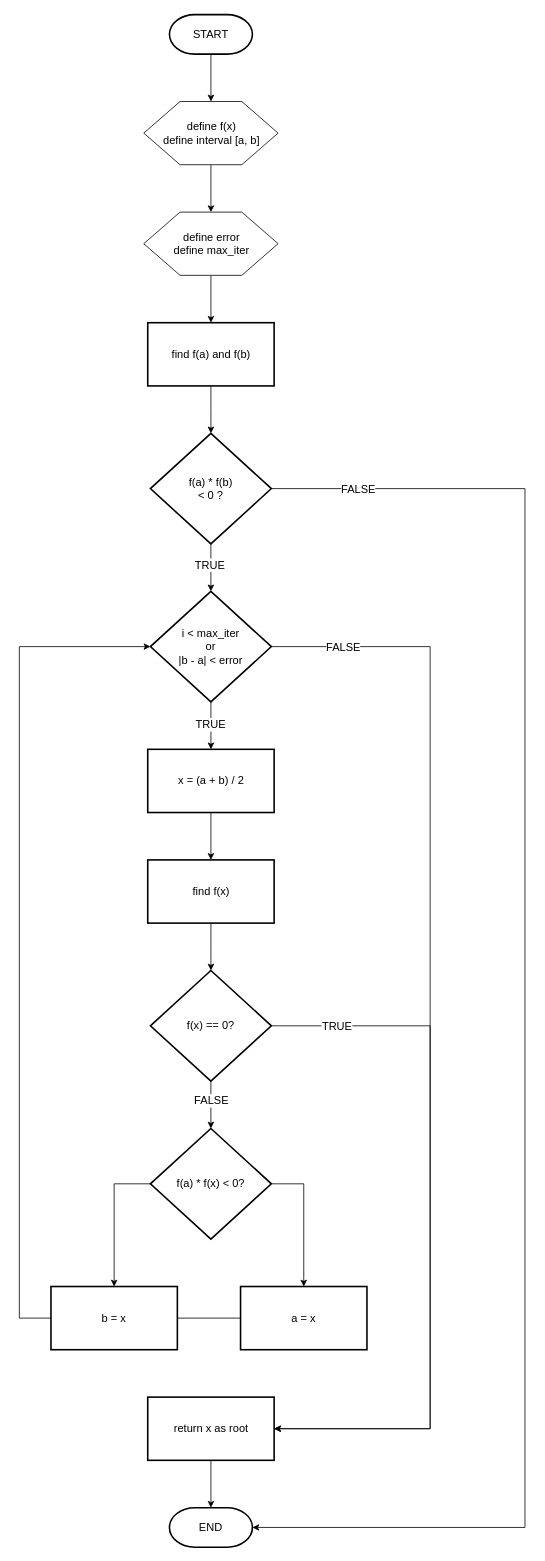
Before: bisection/bisection.drawio in HarisHerdiansyah/computational-math, a draw.io diagram. Source tidied: cells renumbered, new cells numbered last; positions are measured from the earlier drawing's top-left corner, leaving out a move shared by most shapes. Both pictures are drawn from the tidied source at 79%, with x=0, y=0 at pixel (19, 14).
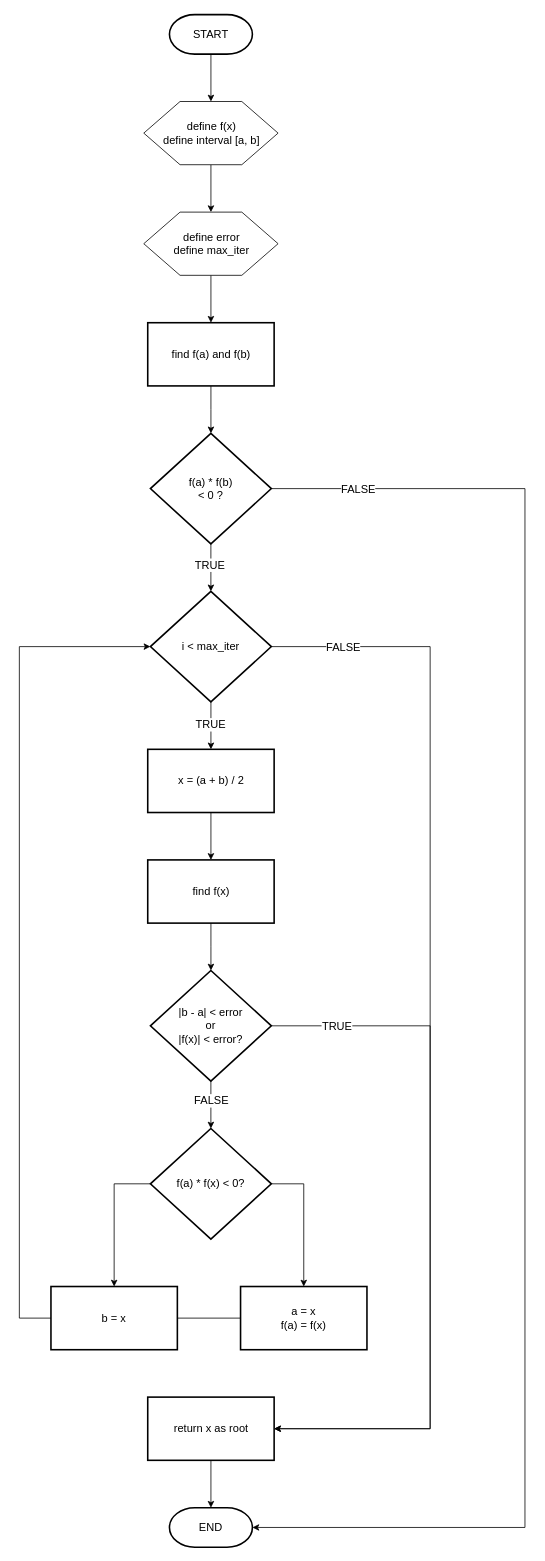
After the change.

Diff of the diagram source:
```diff
@@
-    <mxCell id="21" value="i &amp;lt; max_iter&lt;div&gt;or&lt;/div&gt;&lt;div&gt;|b - a| &amp;lt; error&lt;/div&gt;" style="strokeWidth=2;html=1;shape=mxgraph.flowchart.decision;whiteSpace=wrap;fontSize=14;" parent="1" vertex="1">
+    <mxCell id="21" value="i &amp;lt; max_iter" style="strokeWidth=2;html=1;shape=mxgraph.flowchart.decision;whiteSpace=wrap;fontSize=14;" parent="1" vertex="1">
       <mxGeometry x="165.9" y="730" width="153.1" height="140" as="geometry" />
     </mxCell>
@@
-    <mxCell id="26" value="f(x) == 0?" style="strokeWidth=2;html=1;shape=mxgraph.flowchart.decision;whiteSpace=wrap;fontSize=14;" parent="1" vertex="1">
+    <mxCell id="26" value="|b - a| &amp;lt; error&lt;div&gt;or&lt;/div&gt;&lt;div&gt;|f(x)| &amp;lt; error?&lt;/div&gt;" style="strokeWidth=2;html=1;shape=mxgraph.flowchart.decision;whiteSpace=wrap;fontSize=14;" parent="1" vertex="1">
       <mxGeometry x="165.9" y="1210" width="153.1" height="140" as="geometry" />
     </mxCell>
@@
-    <mxCell id="32" value="a = x" style="rounded=1;whiteSpace=wrap;html=1;absoluteArcSize=1;arcSize=0;strokeWidth=2;fontSize=14;" parent="1" vertex="1">
+    <mxCell id="32" value="a = x&lt;div&gt;f(a) = f(x)&lt;/div&gt;" style="rounded=1;whiteSpace=wrap;html=1;absoluteArcSize=1;arcSize=0;strokeWidth=2;fontSize=14;" parent="1" vertex="1">
       <mxGeometry x="280" y="1610" width="160" height="80" as="geometry" />
     </mxCell>
```
